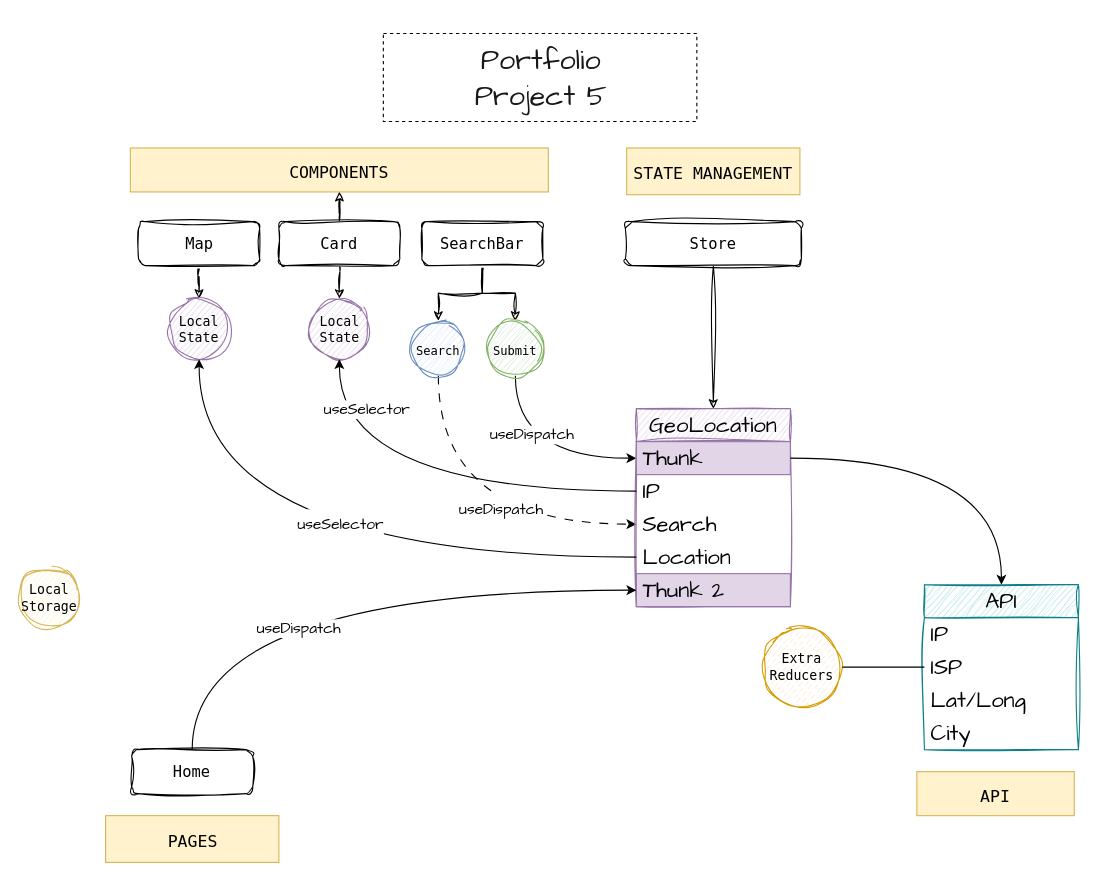
Earlier version of the draw.io diagram page "design" (1 of 2) of design_flowchart.drawio (billybenntt/portfolio-project-5-ip_address_tracker). Source tidied: cells renumbered, new cells numbered last; positions are measured from the earlier drawing's top-left corner, leaving out a move shared by most shapes. Both pictures are drawn from the tidied source at 110%, with x=0, y=0 at pixel (19, 33).
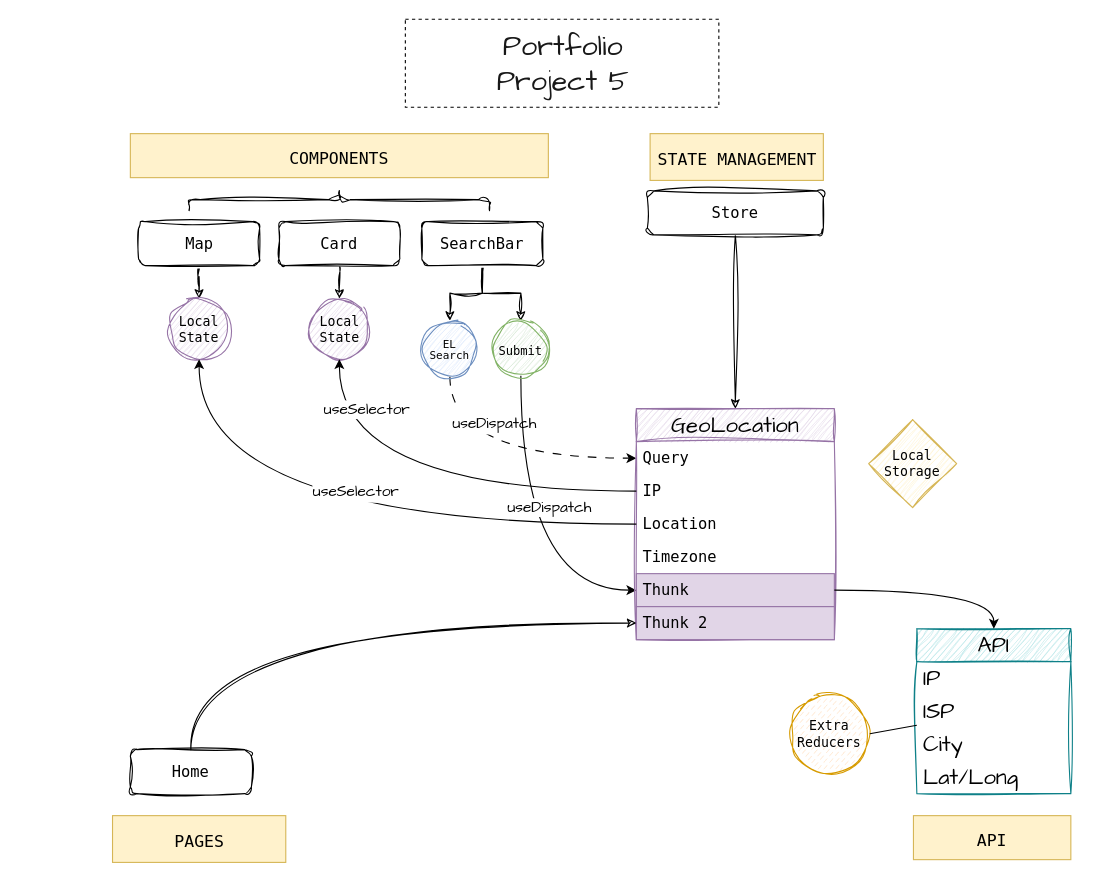
The same diagram, later.

Commit message (it also covers changes not shown here):
worked on geolocation slice

Unchanged cells that the change refers to:
```xml
<mxCell id="6" style="edgeStyle=orthogonalEdgeStyle;rounded=0;hachureGap=4;jettySize=auto;html=1;entryX=0;entryY=0.5;entryDx=0;entryDy=0;fontFamily=Architects Daughter;fontSize=16;flowAnimation=1;dashed=1;dashPattern=8 8;curved=1;" parent="1" edge="1" source="8" target="21">
  <mxGeometry relative="1" as="geometry" />
</mxCell>
<mxCell id="9" style="edgeStyle=orthogonalEdgeStyle;rounded=0;hachureGap=4;jettySize=auto;html=1;entryX=0;entryY=0.5;entryDx=0;entryDy=0;fontFamily=Architects Daughter;fontSize=16;curved=1;flowAnimation=0;" parent="1" edge="1" source="11" target="19">
  <mxGeometry relative="1" as="geometry" />
</mxCell>
<mxCell id="15" value="&lt;font style=&quot;font-size: 14px;&quot;&gt;Card&lt;/font&gt;" style="rounded=1;whiteSpace=wrap;html=1;sketch=1;hachureGap=4;jiggle=2;curveFitting=1;fontFamily=Lucida Console;fontSize=14;" parent="1" vertex="1">
  <mxGeometry x="236" y="171" width="110" height="40" as="geometry" />
</mxCell>
```

The edit, as a diff of the source:
```diff
@@
     <mxCell id="5" value="&lt;font style=&quot;font-size: 15px;&quot;&gt;COMPONENTS&lt;/font&gt;" style="text;html=1;strokeColor=#d6b656;fillColor=#fff2cc;align=center;verticalAlign=middle;whiteSpace=wrap;overflow=hidden;fontSize=20;fontFamily=Lucida Console;" parent="1" vertex="1">
-      <mxGeometry x="101" y="104" width="380" height="40" as="geometry" />
+      <mxGeometry x="101" y="91" width="380" height="40" as="geometry" />
     </mxCell>
@@
     <mxCell id="7" value="&lt;font style=&quot;font-size: 14px;&quot;&gt;useDispatch&lt;/font&gt;" style="edgeLabel;html=1;align=center;verticalAlign=middle;fontSize=20;fontFamily=Architects Daughter;" parent="6" vertex="1">
-      <mxGeometry x="0.21" y="17" relative="1" as="geometry" />
+      <mxGeometry x="0.21" y="17" relative="1" as="geometry">
+        <mxPoint x="-33" y="-18" as="offset" />
+      </mxGeometry>
     </mxCell>
-    <mxCell id="8" value="&lt;font face=&quot;Lucida Console&quot; style=&quot;font-size: 11px;&quot;&gt;Search&lt;/font&gt;" style="ellipse;whiteSpace=wrap;html=1;sketch=1;hachureGap=4;jiggle=2;curveFitting=1;fontFamily=Architects Daughter;fontSize=20;fillColor=#dae8fc;strokeColor=#6c8ebf;" parent="1" vertex="1">
-      <mxGeometry x="356" y="261" width="50" height="50" as="geometry" />
+    <mxCell id="8" value="&lt;p style=&quot;line-height: 90%; font-size: 10px;&quot;&gt;&lt;font face=&quot;Lucida Console&quot; style=&quot;font-size: 10px;&quot;&gt;EL&lt;br&gt;Search&lt;/font&gt;&lt;/p&gt;" style="ellipse;whiteSpace=wrap;html=1;sketch=1;hachureGap=4;jiggle=2;curveFitting=1;fontFamily=Architects Daughter;fontSize=20;fillColor=#dae8fc;strokeColor=#6c8ebf;" parent="1" vertex="1">
+      <mxGeometry x="366" y="261" width="51" height="51" as="geometry" />
     </mxCell>
@@
     <mxCell id="10" value="useDispatch" style="edgeLabel;html=1;align=center;verticalAlign=middle;fontSize=14;fontFamily=Architects Daughter;" parent="9" vertex="1">
-      <mxGeometry x="-0.04" y="22" relative="1" as="geometry" />
+      <mxGeometry x="-0.04" y="22" relative="1" as="geometry">
+        <mxPoint x="3" y="-25" as="offset" />
+      </mxGeometry>
     </mxCell>
     <mxCell id="11" value="&lt;font face=&quot;Lucida Console&quot; style=&quot;font-size: 11px;&quot;&gt;Submit&lt;/font&gt;" style="ellipse;whiteSpace=wrap;html=1;sketch=1;hachureGap=4;jiggle=2;curveFitting=1;fontFamily=Architects Daughter;fontSize=20;fillColor=#d5e8d4;strokeColor=#82b366;" parent="1" vertex="1">
-      <mxGeometry x="426" y="261" width="50" height="50" as="geometry" />
+      <mxGeometry x="431" y="261" width="50" height="50" as="geometry" />
     </mxCell>
     <mxCell id="12" value="&lt;font style=&quot;font-size: 15px;&quot;&gt;STATE MANAGEMENT&lt;/font&gt;" style="text;html=1;strokeColor=#d6b656;fillColor=#fff2cc;align=center;verticalAlign=middle;whiteSpace=wrap;overflow=hidden;fontSize=20;fontFamily=Lucida Console;" parent="1" vertex="1">
-      <mxGeometry x="552.2" y="104" width="157.5" height="42.5" as="geometry" />
+      <mxGeometry x="573.5" y="91" width="157.5" height="42.5" as="geometry" />
     </mxCell>
@@
-    <mxCell id="14" style="edgeStyle=orthogonalEdgeStyle;rounded=0;sketch=1;hachureGap=4;jiggle=2;curveFitting=1;jettySize=auto;html=1;fontFamily=Architects Daughter;fontSize=16;" parent="1" edge="1" source="15" target="5">
-      <mxGeometry relative="1" as="geometry" />
-    </mxCell>
@@
     <mxCell id="17" value="&lt;font style=&quot;font-size: 15px;&quot;&gt;API&lt;/font&gt;" style="text;html=1;strokeColor=#d6b656;fillColor=#fff2cc;align=center;verticalAlign=middle;whiteSpace=wrap;overflow=hidden;fontSize=20;fontFamily=Lucida Console;" parent="1" vertex="1">
-      <mxGeometry x="816" y="671" width="143.1" height="40" as="geometry" />
+      <mxGeometry x="812.9" y="711" width="143.1" height="40" as="geometry" />
     </mxCell>
     <mxCell id="18" value="GeoLocation" style="swimlane;fontStyle=0;horizontal=1;startSize=30;whiteSpace=wrap;html=1;sketch=1;hachureGap=4;jiggle=2;curveFitting=1;fontFamily=Architects Daughter;fontSize=20;fillColor=#e1d5e7;strokeColor=#9673a6;" parent="1" vertex="1">
-      <mxGeometry x="561" y="341" width="140" height="180" as="geometry" />
+      <mxGeometry x="561" y="341" width="180" height="210" as="geometry" />
     </mxCell>
+    <mxCell id="21" value="Query" style="text;strokeColor=none;fillColor=none;align=left;verticalAlign=middle;spacingLeft=4;spacingRight=4;overflow=hidden;points=[[0,0.5],[1,0.5]];portConstraint=eastwest;whiteSpace=wrap;html=1;fontSize=14;fontFamily=Lucida Console;" parent="18" vertex="1">
+      <mxGeometry y="30" width="180" height="30" as="geometry" />
+    </mxCell>
+    <mxCell id="20" value="IP" style="text;strokeColor=none;fillColor=none;align=left;verticalAlign=middle;spacingLeft=4;spacingRight=4;overflow=hidden;points=[[0,0.5],[1,0.5]];portConstraint=eastwest;whiteSpace=wrap;html=1;fontSize=14;fontFamily=Lucida Console;" parent="18" vertex="1">
+      <mxGeometry y="60" width="180" height="30" as="geometry" />
+    </mxCell>
+    <mxCell id="22" value="Location" style="text;strokeColor=none;fillColor=none;align=left;verticalAlign=middle;spacingLeft=4;spacingRight=4;overflow=hidden;points=[[0,0.5],[1,0.5]];portConstraint=eastwest;whiteSpace=wrap;html=1;fontSize=14;fontFamily=Lucida Console;" parent="18" vertex="1">
+      <mxGeometry y="90" width="180" height="30" as="geometry" />
+    </mxCell>
+    <mxCell id="47" value="Timezone" style="text;strokeColor=none;fillColor=none;align=left;verticalAlign=middle;spacingLeft=4;spacingRight=4;overflow=hidden;whiteSpace=wrap;html=1;fontSize=14;fontFamily=Lucida Console;" parent="18" vertex="1">
+      <mxGeometry y="120" width="180" height="30" as="geometry" />
+    </mxCell>
-    <mxCell id="19" value="Thunk" style="text;strokeColor=#9673a6;fillColor=#e1d5e7;align=left;verticalAlign=middle;spacingLeft=4;spacingRight=4;overflow=hidden;points=[[0,0.5],[1,0.5]];portConstraint=eastwest;whiteSpace=wrap;html=1;fontSize=20;fontFamily=Architects Daughter;" parent="18" vertex="1">
-      <mxGeometry y="30" width="140" height="30" as="geometry" />
+    <mxCell id="19" value="Thunk" style="text;strokeColor=#9673a6;fillColor=#e1d5e7;align=left;verticalAlign=middle;spacingLeft=4;spacingRight=4;overflow=hidden;points=[[0,0.5],[1,0.5]];portConstraint=eastwest;whiteSpace=wrap;html=1;fontSize=14;fontFamily=Lucida Console;" parent="18" vertex="1">
+      <mxGeometry y="150" width="180" height="30" as="geometry" />
     </mxCell>
-    <mxCell id="20" value="IP" style="text;strokeColor=none;fillColor=none;align=left;verticalAlign=middle;spacingLeft=4;spacingRight=4;overflow=hidden;points=[[0,0.5],[1,0.5]];portConstraint=eastwest;whiteSpace=wrap;html=1;fontSize=20;fontFamily=Architects Daughter;" parent="18" vertex="1">
-      <mxGeometry y="60" width="140" height="30" as="geometry" />
-    </mxCell>
-    <mxCell id="21" value="Search" style="text;strokeColor=none;fillColor=none;align=left;verticalAlign=middle;spacingLeft=4;spacingRight=4;overflow=hidden;points=[[0,0.5],[1,0.5]];portConstraint=eastwest;whiteSpace=wrap;html=1;fontSize=20;fontFamily=Architects Daughter;" parent="18" vertex="1">
-      <mxGeometry y="90" width="140" height="30" as="geometry" />
-    </mxCell>
-    <mxCell id="22" value="Location" style="text;strokeColor=none;fillColor=none;align=left;verticalAlign=middle;spacingLeft=4;spacingRight=4;overflow=hidden;points=[[0,0.5],[1,0.5]];portConstraint=eastwest;whiteSpace=wrap;html=1;fontSize=20;fontFamily=Architects Daughter;" parent="18" vertex="1">
-      <mxGeometry y="120" width="140" height="30" as="geometry" />
-    </mxCell>
-    <mxCell id="23" value="Thunk 2" style="text;strokeColor=#9673a6;fillColor=#e1d5e7;align=left;verticalAlign=middle;spacingLeft=4;spacingRight=4;overflow=hidden;points=[[0,0.5],[1,0.5]];portConstraint=eastwest;whiteSpace=wrap;html=1;fontSize=20;fontFamily=Architects Daughter;" parent="18" vertex="1">
-      <mxGeometry y="150" width="140" height="30" as="geometry" />
+    <mxCell id="23" value="Thunk 2" style="text;strokeColor=#9673a6;fillColor=#e1d5e7;align=left;verticalAlign=middle;spacingLeft=4;spacingRight=4;overflow=hidden;points=[[0,0.5],[1,0.5]];portConstraint=eastwest;whiteSpace=wrap;html=1;fontSize=14;fontFamily=Lucida Console;" parent="18" vertex="1">
+      <mxGeometry y="180" width="180" height="30" as="geometry" />
     </mxCell>
@@
     <mxCell id="26" value="API" style="swimlane;fontStyle=0;horizontal=1;startSize=30;whiteSpace=wrap;html=1;sketch=1;hachureGap=4;jiggle=2;curveFitting=1;fontFamily=Architects Daughter;fontSize=20;fillColor=#b0e3e6;strokeColor=#0e8088;" parent="1" vertex="1">
-      <mxGeometry x="822.9" y="501" width="140" height="150" as="geometry" />
+      <mxGeometry x="816" y="541" width="140" height="150" as="geometry" />
     </mxCell>
@@
+    <mxCell id="30" value="City" style="text;strokeColor=none;fillColor=none;align=left;verticalAlign=middle;spacingLeft=4;spacingRight=4;overflow=hidden;whiteSpace=wrap;html=1;fontSize=20;fontFamily=Architects Daughter;" parent="26" vertex="1">
+      <mxGeometry y="90" width="140" height="30" as="geometry" />
+    </mxCell>
     <mxCell id="29" value="Lat/Long" style="text;strokeColor=none;fillColor=none;align=left;verticalAlign=middle;spacingLeft=4;spacingRight=4;overflow=hidden;whiteSpace=wrap;html=1;fontSize=20;fontFamily=Architects Daughter;" parent="26" vertex="1">
-      <mxGeometry y="90" width="140" height="30" as="geometry" />
+      <mxGeometry y="120" width="140" height="30" as="geometry" />
     </mxCell>
-    <mxCell id="30" value="City" style="text;strokeColor=none;fillColor=none;align=left;verticalAlign=middle;spacingLeft=4;spacingRight=4;overflow=hidden;whiteSpace=wrap;html=1;fontSize=20;fontFamily=Architects Daughter;" parent="26" vertex="1">
-      <mxGeometry y="120" width="140" height="30" as="geometry" />
-    </mxCell>
@@
     <mxCell id="32" value="Portfolio&lt;br style=&quot;font-size: 26px;&quot;&gt;Project 5&lt;br style=&quot;font-size: 26px;&quot;&gt;" style="text;strokeColor=default;fillColor=default;html=1;fontSize=26;fontStyle=0;verticalAlign=middle;align=center;fontFamily=Architects Daughter;labelBorderColor=none;textOpacity=90;spacingTop=1;rounded=0;glass=0;shadow=0;imageAspect=1;absoluteArcSize=0;direction=east;dashed=1;" parent="1" vertex="1">
-      <mxGeometry x="331" width="285" height="80" as="geometry" />
+      <mxGeometry x="351" y="-13" width="285" height="80" as="geometry" />
     </mxCell>
@@
     <mxCell id="34" value="Store" style="rounded=1;whiteSpace=wrap;html=1;sketch=1;hachureGap=4;jiggle=2;curveFitting=1;fontFamily=Lucida Console;fontSize=14;" parent="1" vertex="1">
-      <mxGeometry x="551" y="171" width="160" height="40" as="geometry" />
+      <mxGeometry x="571" y="143" width="160" height="40" as="geometry" />
     </mxCell>
@@
     <mxCell id="40" value="&lt;p style=&quot;line-height: 120%;&quot;&gt;&lt;font style=&quot;font-size: 12px;&quot;&gt;Extra&lt;br&gt;Reducers&lt;/font&gt;&lt;/p&gt;" style="ellipse;whiteSpace=wrap;html=1;sketch=1;hachureGap=4;jiggle=2;curveFitting=1;fontFamily=Lucida Console;fontSize=12;fillColor=#ffe6cc;strokeColor=#d79b00;noLabel=0;snapToPoint=0;disableMultiStrokeFill=0;shadow=0;perimeterSpacing=1;gradientColor=none;fillStyle=dashed;" parent="1" vertex="1">
-      <mxGeometry x="676" y="540.4" width="71.2" height="71.2" as="geometry" />
+      <mxGeometry x="701" y="601" width="71.2" height="71.2" as="geometry" />
     </mxCell>
@@
-    <mxCell id="42" style="edgeStyle=orthogonalEdgeStyle;rounded=0;hachureGap=4;jettySize=auto;html=1;fontFamily=Architects Daughter;fontSize=16;curved=1;" parent="1" edge="1" source="44" target="23">
+    <mxCell id="42" style="edgeStyle=orthogonalEdgeStyle;rounded=0;sketch=1;hachureGap=4;jiggle=2;curveFitting=1;jettySize=auto;html=1;entryX=0;entryY=0.5;entryDx=0;entryDy=0;fontFamily=Architects Daughter;fontSize=16;curved=1;" parent="1" edge="1" source="44" target="23">
       <mxGeometry relative="1" as="geometry" />
     </mxCell>
-    <mxCell id="43" value="useDispatch" style="edgeLabel;html=1;align=center;verticalAlign=middle;fontSize=14;fontFamily=Architects Daughter;" parent="42" vertex="1">
-      <mxGeometry x="-0.12" y="-34" relative="1" as="geometry" />
-    </mxCell>
     <mxCell id="44" value="&lt;font style=&quot;font-size: 14px;&quot;&gt;Home&lt;/font&gt;" style="rounded=1;whiteSpace=wrap;html=1;sketch=1;hachureGap=4;jiggle=2;curveFitting=1;fontFamily=Lucida Console;fontSize=14;" parent="1" vertex="1">
-      <mxGeometry x="102.2" y="651" width="110" height="40" as="geometry" />
+      <mxGeometry x="101" y="651" width="110" height="40" as="geometry" />
     </mxCell>
     <mxCell id="45" value="&lt;font style=&quot;font-size: 15px;&quot;&gt;PAGES&lt;/font&gt;" style="text;html=1;strokeColor=#d6b656;fillColor=#fff2cc;align=center;verticalAlign=middle;whiteSpace=wrap;overflow=hidden;fontSize=20;fontFamily=Lucida Console;" parent="1" vertex="1">
-      <mxGeometry x="78.5" y="711" width="157.5" height="42.5" as="geometry" />
+      <mxGeometry x="84.8" y="711" width="157.5" height="42.5" as="geometry" />
     </mxCell>
+    <mxCell id="48" style="shape=curlyBracket;whiteSpace=wrap;html=1;rounded=1;flipH=1;labelPosition=right;verticalLabelPosition=middle;align=left;verticalAlign=middle;sketch=1;hachureGap=4;jiggle=2;curveFitting=1;fontFamily=Architects Daughter;fontSize=20;rotation=-90;" parent="1" vertex="1">
+      <mxGeometry x="281" y="14.5" width="20" height="273" as="geometry" />
+    </mxCell>
-    <mxCell id="46" value="&lt;p style=&quot;line-height: 120%;&quot;&gt;&lt;font style=&quot;font-size: 12px;&quot;&gt;Local Storage&lt;/font&gt;&lt;/p&gt;" style="ellipse;whiteSpace=wrap;html=1;sketch=1;hachureGap=4;jiggle=2;curveFitting=1;fontFamily=Lucida Console;fontSize=12;fillColor=#fff2cc;strokeColor=#d6b656;" parent="1" vertex="1">
-      <mxGeometry y="485.4" width="55" height="55" as="geometry" />
+    <mxCell id="46" value="Local&lt;br&gt;Storage" style="rhombus;whiteSpace=wrap;html=1;fontFamily=Lucida Console;fillColor=#fff2cc;strokeColor=#d6b656;sketch=1;hachureGap=4;jiggle=2;curveFitting=1;" parent="1" vertex="1">
+      <mxGeometry x="772.2" y="351" width="80" height="80" as="geometry" />
     </mxCell>
```
